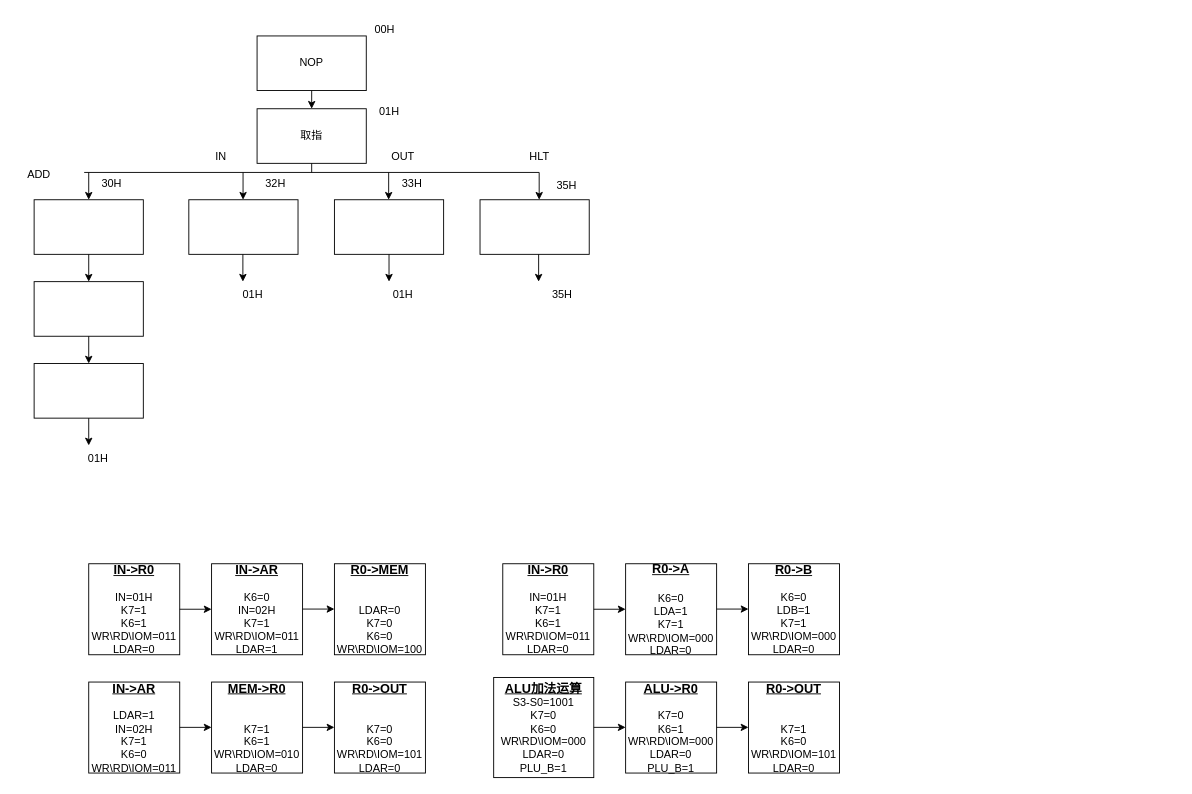
Above: page "第 2 页" (2 of 2) of 作业1      系统流程图.drawio in SET025187/EXERCISE001 (draw.io), before the change. Source tidied: cells renumbered, new cells numbered last; positions are measured from the earlier drawing's top-left corner, leaving out a move shared by most shapes. Both pictures are drawn from the tidied source at 91%, with x=0, y=0 at pixel (15, 15).
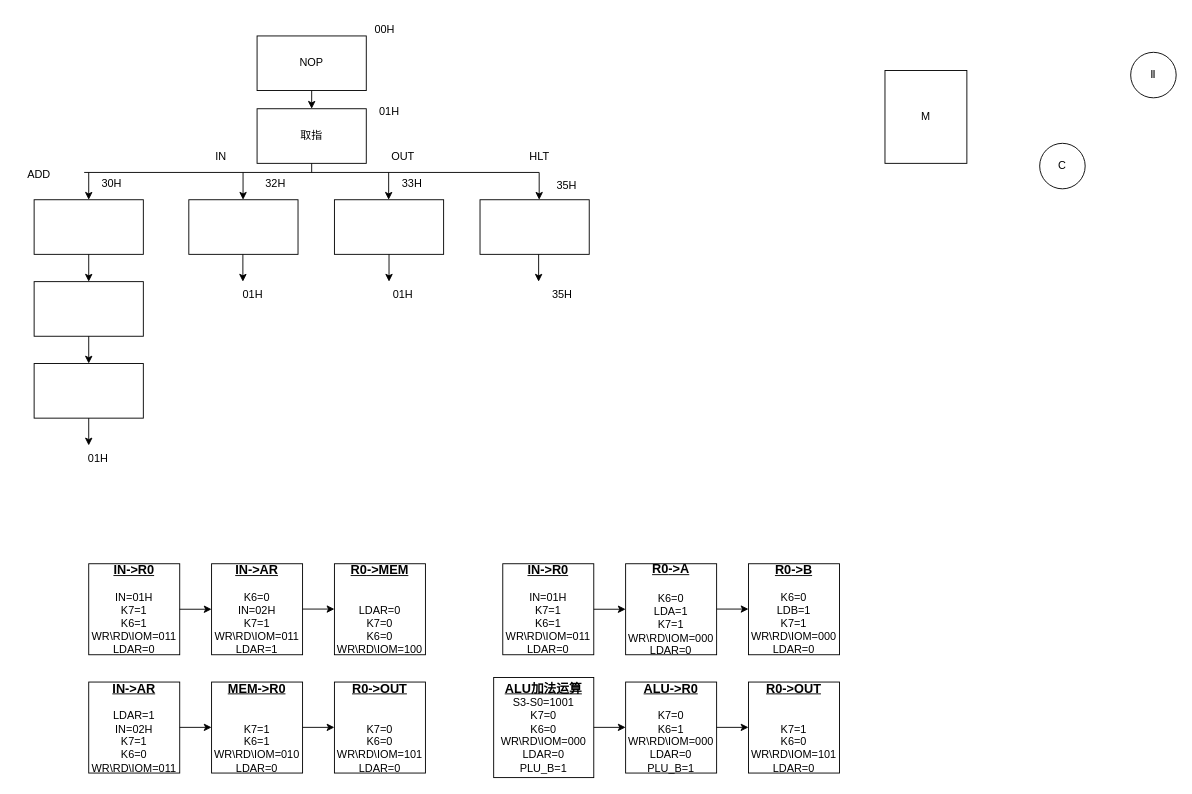
The same page after the edit.

Commit message:
更新作业1      系统流程图.drawio

What changed in the source:
```diff
@@
+    <mxCell id="57" value="M" style="rounded=0;whiteSpace=wrap;html=1;" parent="1" vertex="1">
+      <mxGeometry x="955" y="60" width="90" height="102" as="geometry" />
+    </mxCell>
+    <mxCell id="58" value="Ⅱ" style="ellipse;whiteSpace=wrap;html=1;" parent="1" vertex="1">
+      <mxGeometry x="1225" y="40" width="50" height="50" as="geometry" />
+    </mxCell>
+    <mxCell id="59" value="C" style="ellipse;whiteSpace=wrap;html=1;" parent="1" vertex="1">
+      <mxGeometry x="1125" y="140" width="50" height="50" as="geometry" />
+    </mxCell>
```
